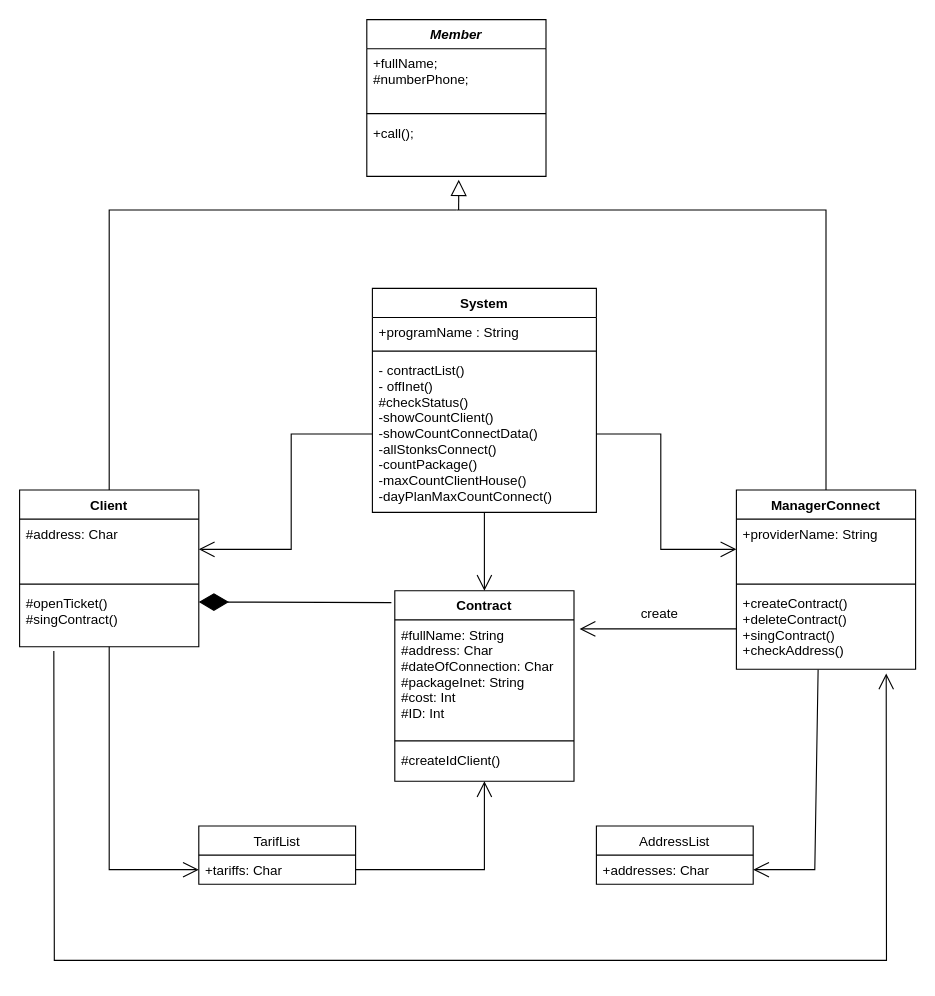
Earlier version of the draw.io diagram UML-diagramm.drawio (Maks151702/Kyrsach_OOP). Source tidied: cells renumbered, new cells numbered last; positions are measured from the earlier drawing's top-left corner, leaving out a move shared by most shapes. Both pictures are drawn from the tidied source at 112%, with x=0, y=0 at pixel (19, 19).
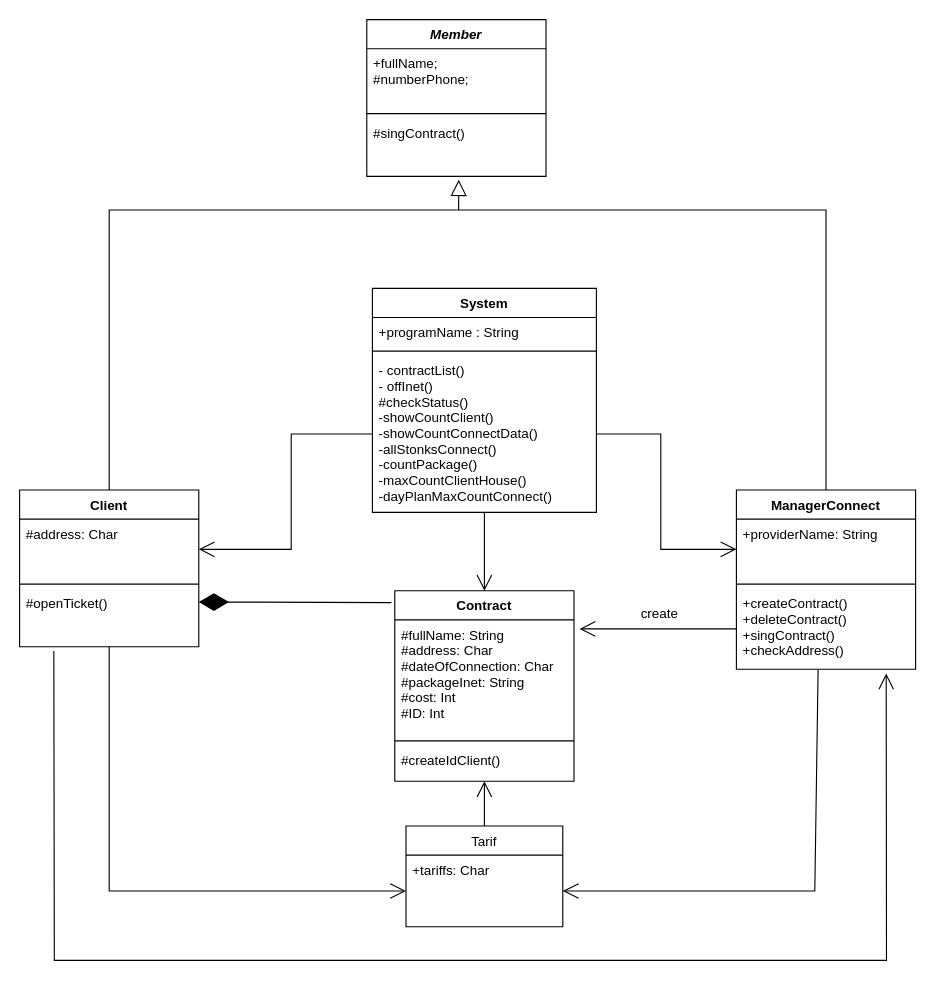
The same page after the edit.

The change refers to these unchanged cells:
```xml
<mxCell id="5" value="#createIdClient()" style="text;strokeColor=none;fillColor=none;align=left;verticalAlign=top;spacingLeft=4;spacingRight=4;overflow=hidden;points=[[0,0.5],[1,0.5]];portConstraint=eastwest;" parent="2" vertex="1">
  <mxGeometry y="138" width="160" height="32" as="geometry" />
</mxCell>
<mxCell id="8" value="Client" style="swimlane;fontStyle=1;align=center;verticalAlign=top;horizontal=1;startSize=26;" parent="1" vertex="1">
  <mxGeometry y="420" width="160" height="140" as="geometry" />
</mxCell>
<mxCell id="16" value="+createContract()&#10;+deleteContract()&#10;+singContract()&#10;+checkAddress()" style="text;strokeColor=none;fillColor=none;align=left;verticalAlign=top;spacingLeft=4;spacingRight=4;overflow=hidden;points=[[0,0.5],[1,0.5]];portConstraint=eastwest;" parent="13" vertex="1">
  <mxGeometry y="88" width="160" height="72" as="geometry" />
</mxCell>
<mxCell id="18" value="Member" style="swimlane;fontStyle=3;align=center;verticalAlign=top;horizontal=1;startSize=26;" parent="1" vertex="1">
  <mxGeometry x="310" width="160" height="140" as="geometry" />
</mxCell>
```

What changed in the source:
```diff
@@
-    <mxCell id="11" value="#openTicket()&#10;#singContract()" style="text;strokeColor=none;fillColor=none;align=left;verticalAlign=top;spacingLeft=4;spacingRight=4;overflow=hidden;points=[[0,0.5],[1,0.5]];portConstraint=eastwest;" parent="8" vertex="1">
+    <mxCell id="11" value="#openTicket()" style="text;strokeColor=none;fillColor=none;align=left;verticalAlign=top;spacingLeft=4;spacingRight=4;overflow=hidden;points=[[0,0.5],[1,0.5]];portConstraint=eastwest;" parent="8" vertex="1">
       <mxGeometry y="88" width="160" height="52" as="geometry" />
     </mxCell>
@@
-    <mxCell id="21" value="+call();" style="text;strokeColor=none;fillColor=none;align=left;verticalAlign=top;spacingLeft=4;spacingRight=4;overflow=hidden;points=[[0,0.5],[1,0.5]];portConstraint=eastwest;" parent="18" vertex="1">
+    <mxCell id="21" value="#singContract()" style="text;strokeColor=none;fillColor=none;align=left;verticalAlign=top;spacingLeft=4;spacingRight=4;overflow=hidden;points=[[0,0.5],[1,0.5]];portConstraint=eastwest;" parent="18" vertex="1">
       <mxGeometry y="88" width="160" height="52" as="geometry" />
     </mxCell>
@@
-    <mxCell id="32" value="TarifList" style="swimlane;fontStyle=0;horizontal=1;startSize=26;fillColor=none;" parent="1" vertex="1">
-      <mxGeometry x="160" y="720" width="140" height="52" as="geometry" />
+    <mxCell id="32" value="Tarif" style="swimlane;fontStyle=0;horizontal=1;startSize=26;fillColor=none;" parent="1" vertex="1">
+      <mxGeometry x="345" y="720" width="140" height="90" as="geometry" />
     </mxCell>
     <mxCell id="33" value="+tariffs: Char" style="text;strokeColor=none;fillColor=none;align=left;verticalAlign=top;spacingLeft=4;spacingRight=4;overflow=hidden;points=[[0,0.5],[1,0.5]];portConstraint=eastwest;" parent="32" vertex="1">
-      <mxGeometry y="26" width="140" height="26" as="geometry" />
+      <mxGeometry y="26" width="140" height="64" as="geometry" />
     </mxCell>
-    <mxCell id="34" value="AddressList" style="swimlane;fontStyle=0;horizontal=1;startSize=26;fillColor=none;" parent="1" vertex="1">
-      <mxGeometry x="515" y="720" width="140" height="52" as="geometry" />
-    </mxCell>
-    <mxCell id="35" value="+addresses: Char" style="text;strokeColor=none;fillColor=none;align=left;verticalAlign=top;spacingLeft=4;spacingRight=4;overflow=hidden;points=[[0,0.5],[1,0.5]];portConstraint=eastwest;" parent="34" vertex="1">
-      <mxGeometry y="26" width="140" height="26" as="geometry" />
-    </mxCell>
@@
-    <mxCell id="37" style="endArrow=open;endFill=1;endSize=12;html=1;rounded=0;exitX=0.456;exitY=1.008;exitDx=0;exitDy=0;exitPerimeter=0;entryX=1;entryY=0.5;entryDx=0;entryDy=0;" parent="1" edge="1" source="16" target="35">
+    <mxCell id="37" style="endArrow=open;endFill=1;endSize=12;html=1;rounded=0;exitX=0.456;exitY=1.008;exitDx=0;exitDy=0;exitPerimeter=0;entryX=1;entryY=0.5;entryDx=0;entryDy=0;" parent="1" edge="1" source="16" target="33">
       <mxGeometry relative="1" as="geometry">
         <Array as="points">
-          <mxPoint x="710" y="759" />
+          <mxPoint x="710" y="778" />
         </Array>
       </mxGeometry>
     </mxCell>
-    <mxCell id="38" style="endArrow=open;endFill=1;endSize=12;html=1;rounded=0;exitX=1;exitY=0.5;exitDx=0;exitDy=0;" parent="1" edge="1" source="33" target="5">
-      <mxGeometry relative="1" as="geometry">
-        <Array as="points">
-          <mxPoint x="415" y="759" />
-        </Array>
-      </mxGeometry>
-    </mxCell>
+    <mxCell id="39" style="endArrow=open;endFill=1;endSize=12;html=1;rounded=0;exitX=0.5;exitY=0;exitDx=0;exitDy=0;" parent="1" edge="1" source="32" target="5">
+      <mxGeometry relative="1" as="geometry" />
+    </mxCell>
```
